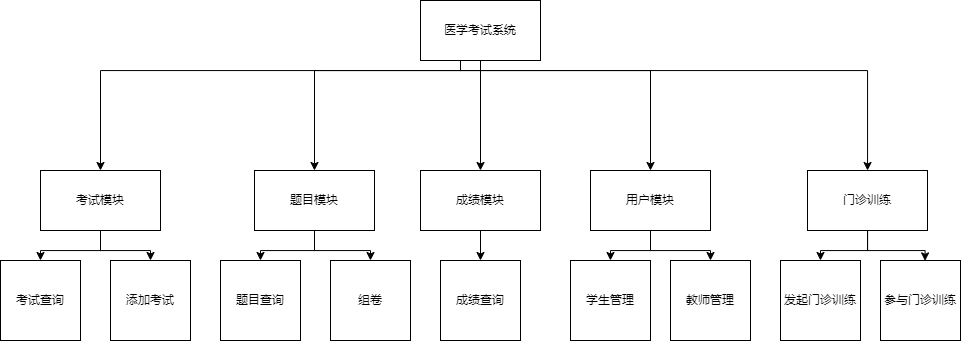
This is 系统总体功能结构图.png from JackeyTower/pic-work, a draw.io export, as it was before one commit. Source tidied: cells renumbered, new cells last; positions are measured from the earlier drawing's top-left corner, leaving out a move shared by most shapes. The source it was exported from:
```xml
<mxGraphModel>
  <root>
    <mxCell id="0" />
    <mxCell id="1" parent="0" />
    <mxCell id="2" style="edgeStyle=orthogonalEdgeStyle;rounded=0;jettySize=auto;html=1;entryX=0.5;entryY=0;entryDx=0;entryDy=0;" parent="1" edge="1" source="7" target="10">
      <mxGeometry relative="1" as="geometry">
        <Array as="points">
          <mxPoint x="460" y="70" />
          <mxPoint x="100" y="70" />
        </Array>
      </mxGeometry>
    </mxCell>
    <mxCell id="3" style="edgeStyle=orthogonalEdgeStyle;rounded=0;jettySize=auto;html=1;" parent="1" edge="1" source="7" target="13">
      <mxGeometry relative="1" as="geometry">
        <Array as="points">
          <mxPoint x="460" y="70" />
          <mxPoint x="314" y="70" />
        </Array>
      </mxGeometry>
    </mxCell>
    <mxCell id="4" style="edgeStyle=orthogonalEdgeStyle;rounded=0;jettySize=auto;html=1;" parent="1" edge="1" source="7" target="15">
      <mxGeometry relative="1" as="geometry" />
    </mxCell>
    <mxCell id="5" style="edgeStyle=orthogonalEdgeStyle;rounded=0;jettySize=auto;html=1;entryX=0.5;entryY=0;entryDx=0;entryDy=0;" parent="1" edge="1" source="7" target="18">
      <mxGeometry relative="1" as="geometry">
        <Array as="points">
          <mxPoint x="460" y="70" />
          <mxPoint x="650" y="70" />
        </Array>
      </mxGeometry>
    </mxCell>
    <mxCell id="6" style="edgeStyle=orthogonalEdgeStyle;rounded=0;jettySize=auto;html=1;" parent="1" edge="1" source="7" target="23">
      <mxGeometry relative="1" as="geometry">
        <Array as="points">
          <mxPoint x="460" y="70" />
          <mxPoint x="867" y="70" />
        </Array>
      </mxGeometry>
    </mxCell>
    <mxCell id="7" value="医学考试系统" style="rounded=0;whiteSpace=wrap;html=1;" parent="1" vertex="1">
      <mxGeometry x="420" width="120" height="60" as="geometry" />
    </mxCell>
    <mxCell id="8" style="edgeStyle=orthogonalEdgeStyle;rounded=0;jettySize=auto;html=1;entryX=0.5;entryY=0;entryDx=0;entryDy=0;" parent="1" edge="1" source="10" target="19">
      <mxGeometry relative="1" as="geometry">
        <Array as="points">
          <mxPoint x="100" y="250" />
          <mxPoint x="40" y="250" />
        </Array>
      </mxGeometry>
    </mxCell>
    <mxCell id="9" style="edgeStyle=orthogonalEdgeStyle;rounded=0;jettySize=auto;html=1;entryX=0.5;entryY=0;entryDx=0;entryDy=0;" parent="1" edge="1" source="10" target="20">
      <mxGeometry relative="1" as="geometry" />
    </mxCell>
    <mxCell id="10" value="考试模块" style="rounded=0;whiteSpace=wrap;html=1;" parent="1" vertex="1">
      <mxGeometry x="40" y="170" width="120" height="60" as="geometry" />
    </mxCell>
    <mxCell id="11" style="edgeStyle=orthogonalEdgeStyle;rounded=0;jettySize=auto;html=1;entryX=0.5;entryY=0;entryDx=0;entryDy=0;" parent="1" edge="1" source="13" target="30">
      <mxGeometry relative="1" as="geometry" />
    </mxCell>
    <mxCell id="12" style="edgeStyle=orthogonalEdgeStyle;rounded=0;jettySize=auto;html=1;entryX=0.5;entryY=0;entryDx=0;entryDy=0;" parent="1" edge="1" source="13" target="29">
      <mxGeometry relative="1" as="geometry" />
    </mxCell>
    <mxCell id="13" value="题目模块" style="rounded=0;whiteSpace=wrap;html=1;" parent="1" vertex="1">
      <mxGeometry x="254" y="170" width="120" height="60" as="geometry" />
    </mxCell>
    <mxCell id="14" style="edgeStyle=orthogonalEdgeStyle;rounded=0;jettySize=auto;html=1;entryX=0.5;entryY=0;entryDx=0;entryDy=0;" parent="1" edge="1" source="15" target="28">
      <mxGeometry relative="1" as="geometry" />
    </mxCell>
    <mxCell id="15" value="成绩模块" style="rounded=0;whiteSpace=wrap;html=1;" parent="1" vertex="1">
      <mxGeometry x="420" y="170" width="120" height="60" as="geometry" />
    </mxCell>
    <mxCell id="16" style="edgeStyle=orthogonalEdgeStyle;rounded=0;jettySize=auto;html=1;entryX=0.5;entryY=0;entryDx=0;entryDy=0;" parent="1" edge="1" source="18" target="26">
      <mxGeometry relative="1" as="geometry" />
    </mxCell>
    <mxCell id="17" style="edgeStyle=orthogonalEdgeStyle;rounded=0;jettySize=auto;html=1;entryX=0.5;entryY=0;entryDx=0;entryDy=0;" parent="1" edge="1" source="18" target="27">
      <mxGeometry relative="1" as="geometry" />
    </mxCell>
    <mxCell id="18" value="用户模块" style="rounded=0;whiteSpace=wrap;html=1;" parent="1" vertex="1">
      <mxGeometry x="590" y="170" width="120" height="60" as="geometry" />
    </mxCell>
    <mxCell id="19" value="考试查询" style="whiteSpace=wrap;html=1;" parent="1" vertex="1">
      <mxGeometry y="260" width="80" height="80" as="geometry" />
    </mxCell>
    <mxCell id="20" value="添加考试" style="whiteSpace=wrap;html=1;" parent="1" vertex="1">
      <mxGeometry x="110" y="260" width="80" height="80" as="geometry" />
    </mxCell>
    <mxCell id="21" style="edgeStyle=orthogonalEdgeStyle;rounded=0;jettySize=auto;html=1;entryX=0.5;entryY=0;entryDx=0;entryDy=0;" parent="1" edge="1" source="23" target="24">
      <mxGeometry relative="1" as="geometry" />
    </mxCell>
    <mxCell id="22" style="edgeStyle=orthogonalEdgeStyle;rounded=0;jettySize=auto;html=1;entryX=0.557;entryY=0.005;entryDx=0;entryDy=0;entryPerimeter=0;" parent="1" edge="1" source="23" target="25">
      <mxGeometry relative="1" as="geometry" />
    </mxCell>
    <mxCell id="23" value="门诊训练" style="rounded=0;whiteSpace=wrap;html=1;" parent="1" vertex="1">
      <mxGeometry x="807" y="170" width="120" height="60" as="geometry" />
    </mxCell>
    <mxCell id="24" value="发起门诊训练" style="whiteSpace=wrap;html=1;" parent="1" vertex="1">
      <mxGeometry x="780" y="260" width="80" height="80" as="geometry" />
    </mxCell>
    <mxCell id="25" value="参与门诊训练" style="whiteSpace=wrap;html=1;" parent="1" vertex="1">
      <mxGeometry x="880" y="260" width="80" height="80" as="geometry" />
    </mxCell>
    <mxCell id="26" value="学生管理" style="whiteSpace=wrap;html=1;" parent="1" vertex="1">
      <mxGeometry x="570" y="260" width="80" height="80" as="geometry" />
    </mxCell>
    <mxCell id="27" value="教师管理" style="whiteSpace=wrap;html=1;" parent="1" vertex="1">
      <mxGeometry x="670" y="260" width="80" height="80" as="geometry" />
    </mxCell>
    <mxCell id="28" value="成绩查询" style="whiteSpace=wrap;html=1;" parent="1" vertex="1">
      <mxGeometry x="440" y="260" width="80" height="80" as="geometry" />
    </mxCell>
    <mxCell id="29" value="组卷" style="whiteSpace=wrap;html=1;" parent="1" vertex="1">
      <mxGeometry x="330" y="260" width="80" height="80" as="geometry" />
    </mxCell>
    <mxCell id="30" value="题目查询" style="whiteSpace=wrap;html=1;" parent="1" vertex="1">
      <mxGeometry x="220" y="260" width="80" height="80" as="geometry" />
    </mxCell>
  </root>
</mxGraphModel>
```
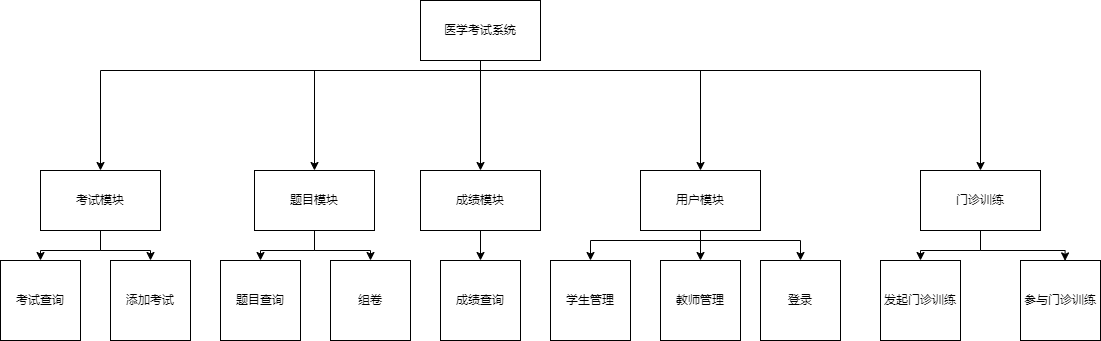
The same diagram one commit later.

Commit message:
更新系统总体功能结构图.png

What changed in the source:
```diff
@@ -2,18 +2,10 @@
   <root>
     <mxCell id="0" />
     <mxCell id="1" parent="0" />
-    <mxCell id="2" style="edgeStyle=orthogonalEdgeStyle;rounded=0;jettySize=auto;html=1;entryX=0.5;entryY=0;entryDx=0;entryDy=0;" parent="1" edge="1" source="7" target="10">
-      <mxGeometry relative="1" as="geometry">
-        <Array as="points">
-          <mxPoint x="460" y="70" />
-          <mxPoint x="100" y="70" />
-        </Array>
-      </mxGeometry>
-    </mxCell>
     <mxCell id="3" style="edgeStyle=orthogonalEdgeStyle;rounded=0;jettySize=auto;html=1;" parent="1" edge="1" source="7" target="13">
       <mxGeometry relative="1" as="geometry">
         <Array as="points">
-          <mxPoint x="460" y="70" />
+          <mxPoint x="480" y="70" />
           <mxPoint x="314" y="70" />
         </Array>
       </mxGeometry>
@@ -21,22 +13,30 @@
     <mxCell id="4" style="edgeStyle=orthogonalEdgeStyle;rounded=0;jettySize=auto;html=1;" parent="1" edge="1" source="7" target="15">
       <mxGeometry relative="1" as="geometry" />
     </mxCell>
+    <mxCell id="6" style="edgeStyle=orthogonalEdgeStyle;rounded=0;jettySize=auto;html=1;" parent="1" edge="1" source="7" target="23">
+      <mxGeometry relative="1" as="geometry">
+        <Array as="points">
+          <mxPoint x="480" y="70" />
+          <mxPoint x="980" y="70" />
+        </Array>
+      </mxGeometry>
+    </mxCell>
+    <mxCell id="2" style="edgeStyle=orthogonalEdgeStyle;rounded=0;jettySize=auto;html=1;entryX=0.5;entryY=0;entryDx=0;entryDy=0;" parent="1" edge="1" source="7" target="10">
+      <mxGeometry relative="1" as="geometry">
+        <Array as="points">
+          <mxPoint x="480" y="70" />
+          <mxPoint x="100" y="70" />
+        </Array>
+      </mxGeometry>
+    </mxCell>
-    <mxCell id="5" style="edgeStyle=orthogonalEdgeStyle;rounded=0;jettySize=auto;html=1;entryX=0.5;entryY=0;entryDx=0;entryDy=0;" parent="1" edge="1" source="7" target="18">
+    <mxCell id="5" style="edgeStyle=orthogonalEdgeStyle;rounded=0;jettySize=auto;html=1;" parent="1" edge="1" source="7" target="18">
       <mxGeometry relative="1" as="geometry">
         <Array as="points">
-          <mxPoint x="460" y="70" />
-          <mxPoint x="650" y="70" />
+          <mxPoint x="480" y="70" />
+          <mxPoint x="700" y="70" />
         </Array>
       </mxGeometry>
     </mxCell>
-    <mxCell id="6" style="edgeStyle=orthogonalEdgeStyle;rounded=0;jettySize=auto;html=1;" parent="1" edge="1" source="7" target="23">
-      <mxGeometry relative="1" as="geometry">
-        <Array as="points">
-          <mxPoint x="460" y="70" />
-          <mxPoint x="867" y="70" />
-        </Array>
-      </mxGeometry>
-    </mxCell>
     <mxCell id="7" value="医学考试系统" style="rounded=0;whiteSpace=wrap;html=1;" parent="1" vertex="1">
       <mxGeometry x="420" width="120" height="60" as="geometry" />
     </mxCell>
@@ -70,13 +70,26 @@
       <mxGeometry x="420" y="170" width="120" height="60" as="geometry" />
     </mxCell>
     <mxCell id="16" style="edgeStyle=orthogonalEdgeStyle;rounded=0;jettySize=auto;html=1;entryX=0.5;entryY=0;entryDx=0;entryDy=0;" parent="1" edge="1" source="18" target="26">
-      <mxGeometry relative="1" as="geometry" />
+      <mxGeometry relative="1" as="geometry">
+        <Array as="points">
+          <mxPoint x="700" y="240" />
+          <mxPoint x="590" y="240" />
+        </Array>
+      </mxGeometry>
     </mxCell>
     <mxCell id="17" style="edgeStyle=orthogonalEdgeStyle;rounded=0;jettySize=auto;html=1;entryX=0.5;entryY=0;entryDx=0;entryDy=0;" parent="1" edge="1" source="18" target="27">
       <mxGeometry relative="1" as="geometry" />
     </mxCell>
+    <mxCell id="31" style="edgeStyle=orthogonalEdgeStyle;rounded=0;jettySize=auto;html=1;entryX=0.5;entryY=0;entryDx=0;entryDy=0;" parent="1" edge="1" source="18" target="32">
+      <mxGeometry relative="1" as="geometry">
+        <Array as="points">
+          <mxPoint x="700" y="240" />
+          <mxPoint x="800" y="240" />
+        </Array>
+      </mxGeometry>
+    </mxCell>
     <mxCell id="18" value="用户模块" style="rounded=0;whiteSpace=wrap;html=1;" parent="1" vertex="1">
-      <mxGeometry x="590" y="170" width="120" height="60" as="geometry" />
+      <mxGeometry x="640" y="170" width="120" height="60" as="geometry" />
     </mxCell>
     <mxCell id="19" value="考试查询" style="whiteSpace=wrap;html=1;" parent="1" vertex="1">
       <mxGeometry y="260" width="80" height="80" as="geometry" />
@@ -88,22 +101,27 @@
       <mxGeometry relative="1" as="geometry" />
     </mxCell>
     <mxCell id="22" style="edgeStyle=orthogonalEdgeStyle;rounded=0;jettySize=auto;html=1;entryX=0.557;entryY=0.005;entryDx=0;entryDy=0;entryPerimeter=0;" parent="1" edge="1" source="23" target="25">
-      <mxGeometry relative="1" as="geometry" />
+      <mxGeometry relative="1" as="geometry">
+        <Array as="points">
+          <mxPoint x="980" y="250" />
+          <mxPoint x="1065" y="250" />
+        </Array>
+      </mxGeometry>
     </mxCell>
     <mxCell id="23" value="门诊训练" style="rounded=0;whiteSpace=wrap;html=1;" parent="1" vertex="1">
-      <mxGeometry x="807" y="170" width="120" height="60" as="geometry" />
+      <mxGeometry x="920" y="170" width="120" height="60" as="geometry" />
     </mxCell>
     <mxCell id="24" value="发起门诊训练" style="whiteSpace=wrap;html=1;" parent="1" vertex="1">
-      <mxGeometry x="780" y="260" width="80" height="80" as="geometry" />
+      <mxGeometry x="880" y="260" width="80" height="80" as="geometry" />
     </mxCell>
     <mxCell id="25" value="参与门诊训练" style="whiteSpace=wrap;html=1;" parent="1" vertex="1">
-      <mxGeometry x="880" y="260" width="80" height="80" as="geometry" />
+      <mxGeometry x="1020" y="260" width="80" height="80" as="geometry" />
     </mxCell>
     <mxCell id="26" value="学生管理" style="whiteSpace=wrap;html=1;" parent="1" vertex="1">
-      <mxGeometry x="570" y="260" width="80" height="80" as="geometry" />
+      <mxGeometry x="550" y="260" width="80" height="80" as="geometry" />
     </mxCell>
     <mxCell id="27" value="教师管理" style="whiteSpace=wrap;html=1;" parent="1" vertex="1">
-      <mxGeometry x="670" y="260" width="80" height="80" as="geometry" />
+      <mxGeometry x="660" y="260" width="80" height="80" as="geometry" />
     </mxCell>
     <mxCell id="28" value="成绩查询" style="whiteSpace=wrap;html=1;" parent="1" vertex="1">
       <mxGeometry x="440" y="260" width="80" height="80" as="geometry" />
@@ -114,5 +132,8 @@
     <mxCell id="30" value="题目查询" style="whiteSpace=wrap;html=1;" parent="1" vertex="1">
       <mxGeometry x="220" y="260" width="80" height="80" as="geometry" />
     </mxCell>
+    <mxCell id="32" value="登录" style="whiteSpace=wrap;html=1;" parent="1" vertex="1">
+      <mxGeometry x="760" y="260" width="80" height="80" as="geometry" />
+    </mxCell>
   </root>
 </mxGraphModel>
```
